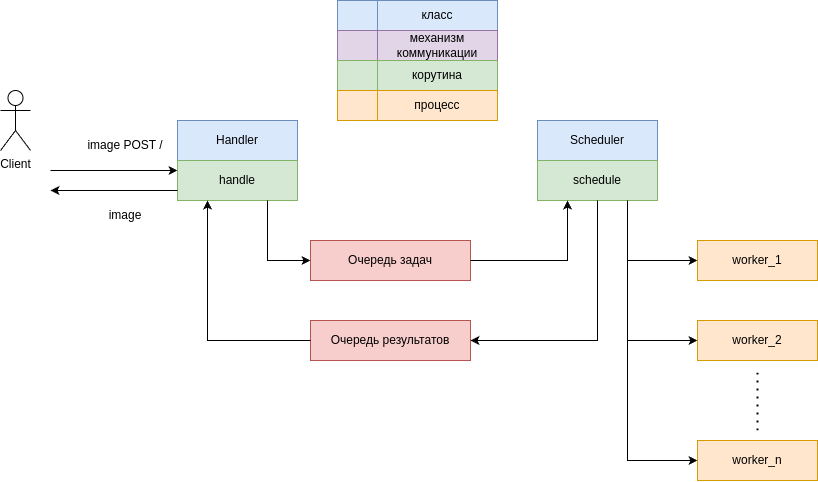
Above: docs/SystemDesign.drawio.png in naumovan/plate_deformation (draw.io), before the change. Source tidied: cells renumbered, new cells last; positions are measured from the earlier drawing's top-left corner, leaving out a move shared by most shapes.
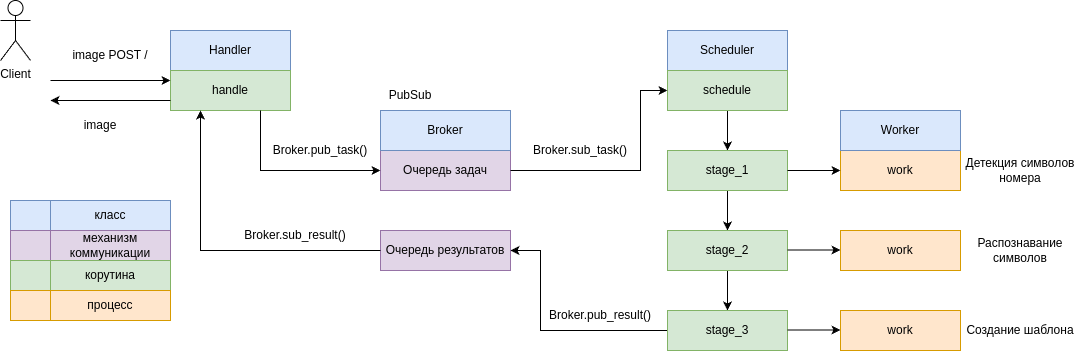
Later version of the same file.

Commit message:
Update docs, add stage 3, refactoring

Diff of the diagram source:
```diff
@@ -3,131 +3,170 @@
     <mxCell id="0" />
     <mxCell id="1" parent="0" />
     <mxCell id="2" value="Handler" style="rounded=0;whiteSpace=wrap;html=1;fillColor=#dae8fc;strokeColor=#6c8ebf;" parent="1" vertex="1">
-      <mxGeometry x="177" y="120" width="120" height="40" as="geometry" />
+      <mxGeometry x="160" y="320" width="120" height="40" as="geometry" />
     </mxCell>
     <mxCell id="3" value="Scheduler" style="rounded=0;whiteSpace=wrap;html=1;fillColor=#dae8fc;strokeColor=#6c8ebf;" parent="1" vertex="1">
-      <mxGeometry x="537" y="120" width="120" height="40" as="geometry" />
+      <mxGeometry x="657" y="320" width="120" height="40" as="geometry" />
     </mxCell>
     <mxCell id="4" value="handle" style="rounded=0;whiteSpace=wrap;html=1;fillColor=#d5e8d4;strokeColor=#82b366;" parent="1" vertex="1">
-      <mxGeometry x="177" y="160" width="120" height="40" as="geometry" />
+      <mxGeometry x="160" y="360" width="120" height="40" as="geometry" />
     </mxCell>
+    <mxCell id="32" style="edgeStyle=orthogonalEdgeStyle;rounded=0;jettySize=auto;html=1;" parent="1" edge="1" source="5" target="38">
+      <mxGeometry relative="1" as="geometry" />
+    </mxCell>
     <mxCell id="5" value="schedule" style="rounded=0;whiteSpace=wrap;html=1;fillColor=#d5e8d4;strokeColor=#82b366;" parent="1" vertex="1">
-      <mxGeometry x="537" y="160" width="120" height="40" as="geometry" />
+      <mxGeometry x="657" y="360" width="120" height="40" as="geometry" />
     </mxCell>
-    <mxCell id="6" value="worker_1" style="rounded=0;whiteSpace=wrap;html=1;fillColor=#ffe6cc;strokeColor=#d79b00;" parent="1" vertex="1">
-      <mxGeometry x="697" y="240" width="120" height="40" as="geometry" />
+    <mxCell id="6" value="work" style="rounded=0;whiteSpace=wrap;html=1;fillColor=#ffe6cc;strokeColor=#d79b00;" parent="1" vertex="1">
+      <mxGeometry x="830" y="440" width="120" height="40" as="geometry" />
     </mxCell>
-    <mxCell id="7" value="Очередь задач" style="rounded=0;whiteSpace=wrap;html=1;fillColor=#f8cecc;strokeColor=#b85450;" parent="1" vertex="1">
-      <mxGeometry x="310" y="240" width="160" height="40" as="geometry" />
+    <mxCell id="7" value="Очередь задач" style="rounded=0;whiteSpace=wrap;html=1;fillColor=#e1d5e7;strokeColor=#9673a6;" parent="1" vertex="1">
+      <mxGeometry x="370" y="440" width="130" height="40" as="geometry" />
     </mxCell>
-    <mxCell id="8" value="worker_2" style="rounded=0;whiteSpace=wrap;html=1;fillColor=#ffe6cc;strokeColor=#d79b00;" parent="1" vertex="1">
-      <mxGeometry x="697" y="320" width="120" height="40" as="geometry" />
+    <mxCell id="8" value="work" style="rounded=0;whiteSpace=wrap;html=1;fillColor=#ffe6cc;strokeColor=#d79b00;" parent="1" vertex="1">
+      <mxGeometry x="830" y="520" width="120" height="40" as="geometry" />
     </mxCell>
     <mxCell id="9" style="text;html=1;align=center;verticalAlign=middle;whiteSpace=wrap;rounded=0;fillColor=#dae8fc;strokeColor=#6c8ebf;" parent="1" vertex="1">
-      <mxGeometry x="337" width="40" height="30" as="geometry" />
+      <mxGeometry y="490" width="40" height="30" as="geometry" />
     </mxCell>
     <mxCell id="10" style="text;html=1;align=center;verticalAlign=middle;whiteSpace=wrap;rounded=0;fillColor=#e1d5e7;strokeColor=#9673a6;" parent="1" vertex="1">
-      <mxGeometry x="337" y="30" width="40" height="30" as="geometry" />
+      <mxGeometry y="520" width="40" height="30" as="geometry" />
     </mxCell>
     <mxCell id="11" style="text;html=1;align=center;verticalAlign=middle;whiteSpace=wrap;rounded=0;fillColor=#d5e8d4;strokeColor=#82b366;" parent="1" vertex="1">
-      <mxGeometry x="337" y="60" width="40" height="30" as="geometry" />
+      <mxGeometry y="550" width="40" height="30" as="geometry" />
     </mxCell>
     <mxCell id="12" value="класс" style="text;html=1;align=center;verticalAlign=middle;whiteSpace=wrap;rounded=0;fillColor=#dae8fc;strokeColor=#6c8ebf;" parent="1" vertex="1">
-      <mxGeometry x="377" width="120" height="30" as="geometry" />
+      <mxGeometry x="40" y="490" width="120" height="30" as="geometry" />
     </mxCell>
     <mxCell id="13" value="механизм коммуникации" style="text;html=1;align=center;verticalAlign=middle;whiteSpace=wrap;rounded=0;fillColor=#e1d5e7;strokeColor=#9673a6;" parent="1" vertex="1">
-      <mxGeometry x="377" y="30" width="120" height="30" as="geometry" />
+      <mxGeometry x="40" y="520" width="120" height="30" as="geometry" />
     </mxCell>
     <mxCell id="14" value="корутина" style="text;html=1;align=center;verticalAlign=middle;whiteSpace=wrap;rounded=0;fillColor=#d5e8d4;strokeColor=#82b366;" parent="1" vertex="1">
-      <mxGeometry x="377" y="60" width="120" height="30" as="geometry" />
+      <mxGeometry x="40" y="550" width="120" height="30" as="geometry" />
     </mxCell>
     <mxCell id="15" style="text;html=1;align=center;verticalAlign=middle;whiteSpace=wrap;rounded=0;fillColor=#ffe6cc;strokeColor=#d79b00;" parent="1" vertex="1">
-      <mxGeometry x="337" y="90" width="40" height="30" as="geometry" />
+      <mxGeometry y="580" width="40" height="30" as="geometry" />
     </mxCell>
     <mxCell id="16" value="процесс" style="text;html=1;align=center;verticalAlign=middle;whiteSpace=wrap;rounded=0;fillColor=#ffe6cc;strokeColor=#d79b00;" parent="1" vertex="1">
-      <mxGeometry x="377" y="90" width="120" height="30" as="geometry" />
+      <mxGeometry x="40" y="580" width="120" height="30" as="geometry" />
     </mxCell>
-    <mxCell id="17" value="worker_n" style="rounded=0;whiteSpace=wrap;html=1;fillColor=#ffe6cc;strokeColor=#d79b00;" parent="1" vertex="1">
-      <mxGeometry x="697" y="440" width="120" height="40" as="geometry" />
-    </mxCell>
     <mxCell id="18" value="Client" style="shape=umlActor;verticalLabelPosition=bottom;verticalAlign=top;html=1;" parent="1" vertex="1">
-      <mxGeometry y="90" width="30" height="60" as="geometry" />
+      <mxGeometry x="-10" y="290" width="30" height="60" as="geometry" />
     </mxCell>
     <mxCell id="19" style="endArrow=classic;html=1;rounded=0;entryX=0;entryY=0.25;entryDx=0;entryDy=0;" parent="1" edge="1" target="4">
       <mxGeometry relative="1" as="geometry">
-        <mxPoint x="50" y="170" as="sourcePoint" />
+        <mxPoint x="40" y="370" as="sourcePoint" />
       </mxGeometry>
     </mxCell>
     <mxCell id="20" value="image POST /" style="text;html=1;align=center;verticalAlign=middle;whiteSpace=wrap;rounded=0;" parent="1" vertex="1">
-      <mxGeometry x="80" y="130" width="90" height="30" as="geometry" />
+      <mxGeometry x="55" y="330" width="90" height="30" as="geometry" />
     </mxCell>
     <mxCell id="21" style="endArrow=classic;html=1;rounded=0;exitX=0;exitY=0.75;exitDx=0;exitDy=0;" parent="1" edge="1" source="4">
       <mxGeometry relative="1" as="geometry">
-        <mxPoint x="50" y="190" as="targetPoint" />
+        <mxPoint x="40" y="390" as="targetPoint" />
       </mxGeometry>
     </mxCell>
-    <mxCell id="22" value="Очередь результатов" style="rounded=0;whiteSpace=wrap;html=1;fillColor=#f8cecc;strokeColor=#b85450;" parent="1" vertex="1">
-      <mxGeometry x="310" y="320" width="160" height="40" as="geometry" />
+    <mxCell id="22" value="Очередь результатов" style="rounded=0;whiteSpace=wrap;html=1;fillColor=#e1d5e7;strokeColor=#9673a6;" parent="1" vertex="1">
+      <mxGeometry x="370" y="520" width="130" height="40" as="geometry" />
     </mxCell>
-    <mxCell id="23" style="endArrow=classic;html=1;rounded=0;entryX=0;entryY=0.5;entryDx=0;entryDy=0;exitX=0.75;exitY=1;exitDx=0;exitDy=0;" parent="1" edge="1" source="4" target="7">
+    <mxCell id="23" style="endArrow=classic;html=1;rounded=0;entryX=0;entryY=0.5;entryDx=0;entryDy=0;exitX=0.75;exitY=1;exitDx=0;exitDy=0;" parent="1" edge="1" target="7">
       <mxGeometry relative="1" as="geometry">
+        <mxPoint x="250" y="400" as="sourcePoint" />
         <Array as="points">
-          <mxPoint x="267" y="260" />
+          <mxPoint x="250" y="460" />
         </Array>
       </mxGeometry>
     </mxCell>
-    <mxCell id="24" style="endArrow=classic;html=1;rounded=0;entryX=0.25;entryY=1;entryDx=0;entryDy=0;exitX=0;exitY=0.5;exitDx=0;exitDy=0;" parent="1" edge="1" source="22" target="4">
+    <mxCell id="24" style="endArrow=classic;html=1;rounded=0;entryX=0.25;entryY=1;entryDx=0;entryDy=0;exitX=0;exitY=0.5;exitDx=0;exitDy=0;" parent="1" edge="1" source="22">
       <mxGeometry relative="1" as="geometry">
+        <mxPoint x="190" y="400" as="targetPoint" />
         <Array as="points">
-          <mxPoint x="207" y="340" />
+          <mxPoint x="190" y="540" />
         </Array>
       </mxGeometry>
     </mxCell>
-    <mxCell id="25" style="endArrow=none;dashed=1;html=1;dashPattern=1 3;strokeWidth=2;rounded=0;" parent="1" edge="1">
-      <mxGeometry relative="1" as="geometry">
-        <mxPoint x="757" y="430" as="sourcePoint" />
-        <mxPoint x="757" y="370" as="targetPoint" />
-      </mxGeometry>
-    </mxCell>
-    <mxCell id="26" style="endArrow=classic;html=1;rounded=0;exitX=1;exitY=0.5;exitDx=0;exitDy=0;entryX=0.25;entryY=1;entryDx=0;entryDy=0;" parent="1" edge="1" source="7" target="5">
+    <mxCell id="26" style="endArrow=classic;html=1;rounded=0;exitX=1;exitY=0.5;exitDx=0;exitDy=0;entryX=0;entryY=0.5;entryDx=0;entryDy=0;" parent="1" edge="1" source="7" target="5">
       <mxGeometry relative="1" as="geometry">
         <Array as="points">
-          <mxPoint x="567" y="260" />
+          <mxPoint x="550" y="460" />
+          <mxPoint x="630" y="460" />
+          <mxPoint x="630" y="380" />
         </Array>
       </mxGeometry>
     </mxCell>
-    <mxCell id="27" style="endArrow=classic;html=1;rounded=0;exitX=0.75;exitY=1;exitDx=0;exitDy=0;entryX=0;entryY=0.5;entryDx=0;entryDy=0;" parent="1" edge="1" source="5" target="6">
-      <mxGeometry relative="1" as="geometry">
-        <Array as="points">
-          <mxPoint x="627" y="260" />
-        </Array>
-      </mxGeometry>
-    </mxCell>
-    <mxCell id="28" style="endArrow=classic;html=1;rounded=0;entryX=0;entryY=0.5;entryDx=0;entryDy=0;" parent="1" edge="1" target="8">
-      <mxGeometry relative="1" as="geometry">
-        <mxPoint x="627" y="260" as="sourcePoint" />
-        <Array as="points">
-          <mxPoint x="627" y="340" />
-        </Array>
-      </mxGeometry>
-    </mxCell>
-    <mxCell id="29" style="endArrow=classic;html=1;rounded=0;entryX=0;entryY=0.5;entryDx=0;entryDy=0;" parent="1" edge="1" target="17">
-      <mxGeometry relative="1" as="geometry">
-        <mxPoint x="627" y="340" as="sourcePoint" />
-        <Array as="points">
-          <mxPoint x="627" y="460" />
-        </Array>
-      </mxGeometry>
-    </mxCell>
-    <mxCell id="30" style="endArrow=classic;html=1;rounded=0;exitX=0.5;exitY=1;exitDx=0;exitDy=0;entryX=1;entryY=0.5;entryDx=0;entryDy=0;" parent="1" edge="1" source="5" target="22">
+    <mxCell id="30" style="endArrow=classic;html=1;rounded=0;entryX=1;entryY=0.5;entryDx=0;entryDy=0;exitX=0;exitY=0.5;exitDx=0;exitDy=0;" parent="1" edge="1" source="41" target="22">
       <mxGeometry relative="1" as="geometry">
         <Array as="points">
-          <mxPoint x="597" y="340" />
+          <mxPoint x="530" y="620" />
+          <mxPoint x="530" y="540" />
         </Array>
       </mxGeometry>
     </mxCell>
     <mxCell id="31" value="image" style="text;html=1;align=center;verticalAlign=middle;whiteSpace=wrap;rounded=0;" parent="1" vertex="1">
-      <mxGeometry x="95" y="200" width="60" height="30" as="geometry" />
+      <mxGeometry x="60" y="400" width="60" height="30" as="geometry" />
     </mxCell>
+    <mxCell id="33" value="Worker" style="rounded=0;whiteSpace=wrap;html=1;fillColor=#dae8fc;strokeColor=#6c8ebf;" parent="1" vertex="1">
+      <mxGeometry x="830" y="400" width="120" height="40" as="geometry" />
+    </mxCell>
+    <mxCell id="34" value="work" style="rounded=0;whiteSpace=wrap;html=1;fillColor=#ffe6cc;strokeColor=#d79b00;" parent="1" vertex="1">
+      <mxGeometry x="830" y="600" width="120" height="40" as="geometry" />
+    </mxCell>
+    <mxCell id="35" value="Broker" style="rounded=0;whiteSpace=wrap;html=1;fillColor=#dae8fc;strokeColor=#6c8ebf;" parent="1" vertex="1">
+      <mxGeometry x="370" y="400" width="130" height="40" as="geometry" />
+    </mxCell>
+    <mxCell id="36" value="PubSub" style="text;html=1;align=center;verticalAlign=middle;whiteSpace=wrap;rounded=0;" parent="1" vertex="1">
+      <mxGeometry x="370" y="370" width="60" height="30" as="geometry" />
+    </mxCell>
+    <mxCell id="37" style="edgeStyle=orthogonalEdgeStyle;rounded=0;jettySize=auto;html=1;" parent="1" edge="1" source="38" target="40">
+      <mxGeometry relative="1" as="geometry" />
+    </mxCell>
+    <mxCell id="38" value="stage_1" style="rounded=0;whiteSpace=wrap;html=1;fillColor=#d5e8d4;strokeColor=#82b366;" parent="1" vertex="1">
+      <mxGeometry x="657" y="440" width="120" height="40" as="geometry" />
+    </mxCell>
+    <mxCell id="39" style="edgeStyle=orthogonalEdgeStyle;rounded=0;jettySize=auto;html=1;" parent="1" edge="1" source="40" target="41">
+      <mxGeometry relative="1" as="geometry" />
+    </mxCell>
+    <mxCell id="40" value="stage_2" style="rounded=0;whiteSpace=wrap;html=1;fillColor=#d5e8d4;strokeColor=#82b366;" parent="1" vertex="1">
+      <mxGeometry x="657" y="520" width="120" height="40" as="geometry" />
+    </mxCell>
+    <mxCell id="41" value="stage_3" style="rounded=0;whiteSpace=wrap;html=1;fillColor=#d5e8d4;strokeColor=#82b366;" parent="1" vertex="1">
+      <mxGeometry x="657" y="600" width="120" height="40" as="geometry" />
+    </mxCell>
+    <mxCell id="42" value="Broker.sub_result()" style="text;html=1;align=center;verticalAlign=middle;whiteSpace=wrap;rounded=0;" parent="1" vertex="1">
+      <mxGeometry x="220" y="510" width="130" height="30" as="geometry" />
+    </mxCell>
+    <mxCell id="43" value="Broker.pub_task()" style="text;html=1;align=center;verticalAlign=middle;whiteSpace=wrap;rounded=0;" parent="1" vertex="1">
+      <mxGeometry x="270" y="425" width="80" height="30" as="geometry" />
+    </mxCell>
+    <mxCell id="44" value="Broker.sub_task()" style="text;html=1;align=center;verticalAlign=middle;whiteSpace=wrap;rounded=0;" parent="1" vertex="1">
+      <mxGeometry x="530" y="425" width="80" height="30" as="geometry" />
+    </mxCell>
+    <mxCell id="45" style="endArrow=classic;html=1;rounded=0;entryX=0;entryY=0.5;entryDx=0;entryDy=0;exitX=1;exitY=0.5;exitDx=0;exitDy=0;" parent="1" edge="1" source="38" target="6">
+      <mxGeometry relative="1" as="geometry" />
+    </mxCell>
+    <mxCell id="46" style="endArrow=classic;html=1;rounded=0;entryX=0;entryY=0.5;entryDx=0;entryDy=0;exitX=1;exitY=0.5;exitDx=0;exitDy=0;" parent="1" edge="1">
+      <mxGeometry relative="1" as="geometry">
+        <mxPoint x="777" y="539.5" as="sourcePoint" />
+        <mxPoint x="830" y="539.5" as="targetPoint" />
+      </mxGeometry>
+    </mxCell>
+    <mxCell id="47" style="endArrow=classic;html=1;rounded=0;entryX=0;entryY=0.5;entryDx=0;entryDy=0;exitX=1;exitY=0.5;exitDx=0;exitDy=0;" parent="1" edge="1">
+      <mxGeometry relative="1" as="geometry">
+        <mxPoint x="777" y="619.5" as="sourcePoint" />
+        <mxPoint x="830" y="619.5" as="targetPoint" />
+      </mxGeometry>
+    </mxCell>
+    <mxCell id="48" value="Broker.pub_result()" style="text;html=1;align=center;verticalAlign=middle;whiteSpace=wrap;rounded=0;" parent="1" vertex="1">
+      <mxGeometry x="550" y="590" width="80" height="30" as="geometry" />
+    </mxCell>
+    <mxCell id="49" value="Создание шаблона" style="text;html=1;align=center;verticalAlign=middle;whiteSpace=wrap;rounded=0;" parent="1" vertex="1">
+      <mxGeometry x="955" y="600" width="110" height="40" as="geometry" />
+    </mxCell>
+    <mxCell id="50" value="Распознавание символов" style="text;html=1;align=center;verticalAlign=middle;whiteSpace=wrap;rounded=0;" parent="1" vertex="1">
+      <mxGeometry x="950" y="520" width="120" height="40" as="geometry" />
+    </mxCell>
+    <mxCell id="51" value="Детекция символов номера" style="text;html=1;align=center;verticalAlign=middle;whiteSpace=wrap;rounded=0;" parent="1" vertex="1">
+      <mxGeometry x="950" y="440" width="120" height="40" as="geometry" />
+    </mxCell>
   </root>
 </mxGraphModel>
```
